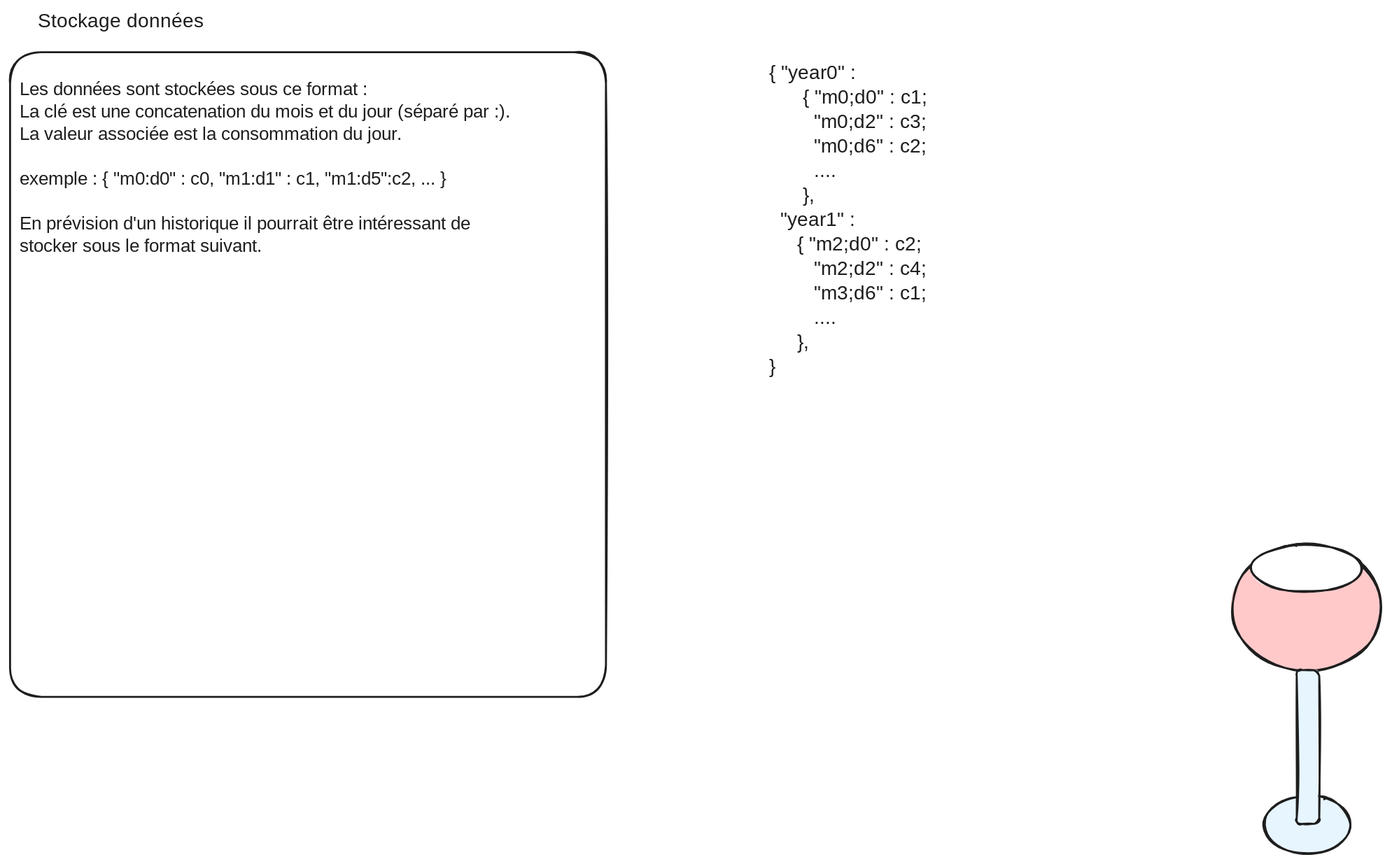
Earlier version of the Excalidraw export conception.excalidraw.svg (Joux17/pixel-graph). Source tidied: one line per element, renumbered; positions are measured from the earlier drawing's top-left corner, leaving out a move shared by most shapes. The source it was exported from:
```json
{"id": 0, "type": "ellipse", "strokeColor": "#1e1e1e", "backgroundColor": "#ffc9c9", "fillStyle": "solid", "strokeWidth": 2, "roughness": 1, "round": true, "x": 1248, "y": 546, "width": 153, "height": 129}
{"id": 1, "type": "ellipse", "strokeColor": "#1e1e1e", "backgroundColor": "#e7f5ff", "fillStyle": "solid", "strokeWidth": 2, "roughness": 1, "round": true, "x": 1280, "y": 802, "width": 88, "height": 60}
{"id": 2, "type": "ellipse", "strokeColor": "#1e1e1e", "backgroundColor": "#ffffff", "fillStyle": "solid", "strokeWidth": 2, "roughness": 1, "round": true, "x": 1266, "y": 546, "width": 113, "height": 48}
{"id": 3, "type": "rectangle", "strokeColor": "#1e1e1e", "backgroundColor": "#e7f5ff", "fillStyle": "solid", "strokeWidth": 2, "roughness": 1, "round": true, "x": 1314, "y": 674, "width": 23, "height": 157}
{"id": 4, "type": "rectangle", "strokeColor": "#1e1e1e", "strokeWidth": 2, "roughness": 1, "round": true, "x": 0, "y": 43, "width": 608, "height": 658}
{"id": 5, "type": "text", "text": "Stockage données", "strokeColor": "#1e1e1e", "strokeWidth": 2, "roughness": 1, "fontSize": 20, "fontFamily": 1, "x": 28, "y": 0, "width": 174, "height": 25}
{"id": 6, "type": "text", "text": "Les données sont stockées sous ce format :\nLa clé est une concatenation du mois et du jour (séparé par :).\nLa valeur associée est la consommation du jour.\n\nexemple : { \"m0:d0\" : c0, \"m1:d1\" : c1, \"m1:d5\":c2, ... }\n\nEn prévision d'un historique il pourrait être intéressant de \nstocker sous le format suivant.", "strokeColor": "#1e1e1e", "strokeWidth": 2, "roughness": 1, "fontSize": 18.36, "fontFamily": 1, "x": 10, "y": 70, "width": 588, "height": 184}
{"id": 7, "type": "text", "text": "{ \"year0\" : \n      { \"m0;d0\" : c1;\n        \"m0;d2\" : c3;\n        \"m0;d6\" : c2;\n        ....\n      },\n  \"year1\" :\n     { \"m2;d0\" : c2;\n        \"m2;d2\" : c4;\n        \"m3;d6\" : c1;\n        ....\n     },\n}\n", "strokeColor": "#1e1e1e", "strokeWidth": 2, "roughness": 1, "fontSize": 20, "fontFamily": 1, "x": 775, "y": 53, "width": 204, "height": 350}
```
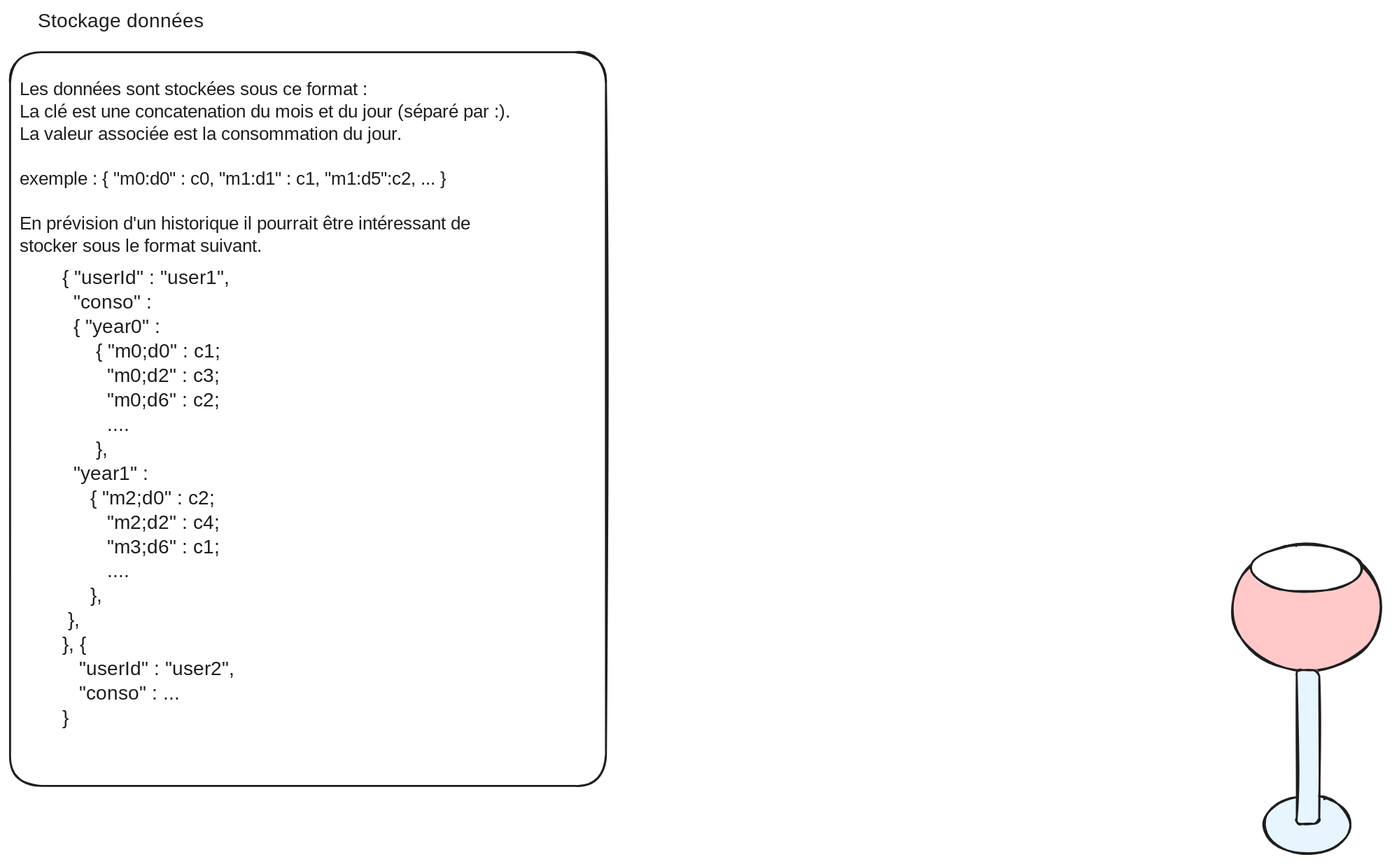
After the commit.

What changed in the source:
```diff
@@ -2,7 +2,7 @@
 {"id": 1, "type": "ellipse", "strokeColor": "#1e1e1e", "backgroundColor": "#e7f5ff", "fillStyle": "solid", "strokeWidth": 2, "roughness": 1, "round": true, "x": 1280, "y": 802, "width": 88, "height": 60}
 {"id": 2, "type": "ellipse", "strokeColor": "#1e1e1e", "backgroundColor": "#ffffff", "fillStyle": "solid", "strokeWidth": 2, "roughness": 1, "round": true, "x": 1266, "y": 546, "width": 113, "height": 48}
 {"id": 3, "type": "rectangle", "strokeColor": "#1e1e1e", "backgroundColor": "#e7f5ff", "fillStyle": "solid", "strokeWidth": 2, "roughness": 1, "round": true, "x": 1314, "y": 674, "width": 23, "height": 157}
-{"id": 4, "type": "rectangle", "strokeColor": "#1e1e1e", "strokeWidth": 2, "roughness": 1, "round": true, "x": 0, "y": 43, "width": 608, "height": 658}
+{"id": 4, "type": "rectangle", "strokeColor": "#1e1e1e", "strokeWidth": 2, "roughness": 1, "round": true, "x": 0, "y": 43, "width": 608, "height": 749}
 {"id": 5, "type": "text", "text": "Stockage données", "strokeColor": "#1e1e1e", "strokeWidth": 2, "roughness": 1, "fontSize": 20, "fontFamily": 1, "x": 28, "y": 0, "width": 174, "height": 25}
 {"id": 6, "type": "text", "text": "Les données sont stockées sous ce format :\nLa clé est une concatenation du mois et du jour (séparé par :).\nLa valeur associée est la consommation du jour.\n\nexemple : { \"m0:d0\" : c0, \"m1:d1\" : c1, \"m1:d5\":c2, ... }\n\nEn prévision d'un historique il pourrait être intéressant de \nstocker sous le format suivant.", "strokeColor": "#1e1e1e", "strokeWidth": 2, "roughness": 1, "fontSize": 18.36, "fontFamily": 1, "x": 10, "y": 70, "width": 588, "height": 184}
-{"id": 7, "type": "text", "text": "{ \"year0\" : \n      { \"m0;d0\" : c1;\n        \"m0;d2\" : c3;\n        \"m0;d6\" : c2;\n        ....\n      },\n  \"year1\" :\n     { \"m2;d0\" : c2;\n        \"m2;d2\" : c4;\n        \"m3;d6\" : c1;\n        ....\n     },\n}\n", "strokeColor": "#1e1e1e", "strokeWidth": 2, "roughness": 1, "fontSize": 20, "fontFamily": 1, "x": 775, "y": 53, "width": 204, "height": 350}
+{"id": 7, "type": "text", "text": "{ \"userId\" : \"user1\", \n  \"conso\" : \n  { \"year0\" : \n      { \"m0;d0\" : c1;\n        \"m0;d2\" : c3;\n        \"m0;d6\" : c2;\n        ....\n      },\n  \"year1\" :\n     { \"m2;d0\" : c2;\n        \"m2;d2\" : c4;\n        \"m3;d6\" : c1;\n        ....\n     },\n },\n}, {\n   \"userId\" : \"user2\",\n   \"conso\" : ...\n}\n", "strokeColor": "#1e1e1e", "strokeWidth": 2, "roughness": 1, "fontSize": 20, "fontFamily": 1, "x": 53, "y": 262, "width": 206, "height": 500}
```
